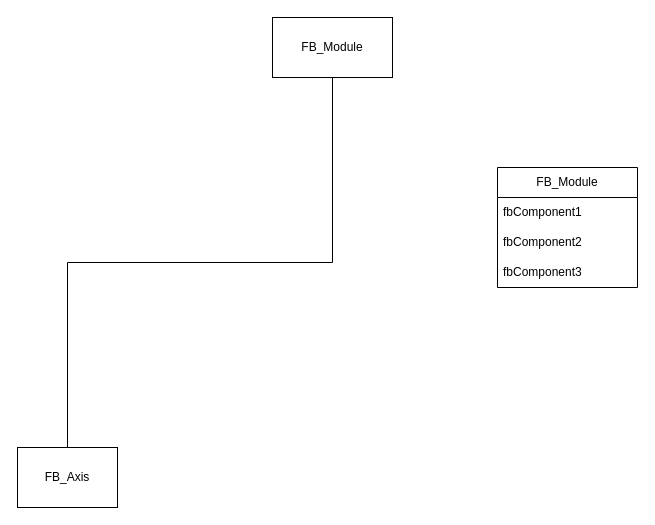
Earlier version of the draw.io diagram page "Concept" (3 of 5) of docs/Diagramms.drawio (PeterZerlauth/Tc3_Component). Source tidied: cells renumbered, new cells numbered last; positions are measured from the earlier drawing's top-left corner, leaving out a move shared by most shapes. Both pictures are drawn from the tidied source at 100%, with x=0, y=0 at pixel (17, 17).
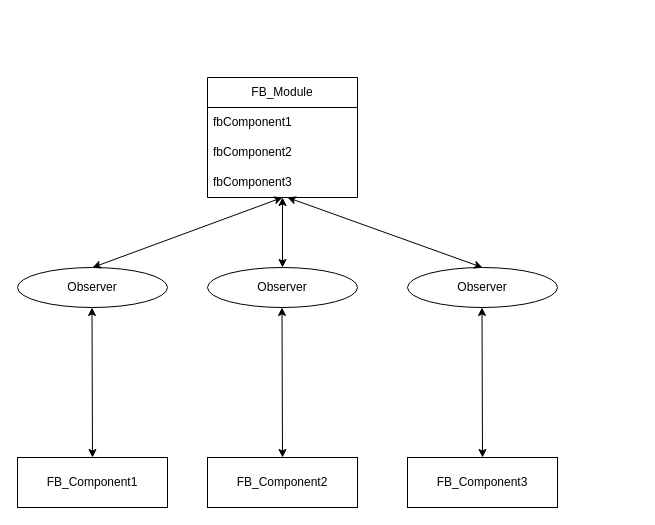
The same page after the edit.

What changed in the source:
```diff
@@
-    <mxCell id="2" value="FB_Module" style="whiteSpace=wrap;html=1;align=center;newEdgeStyle={&quot;edgeStyle&quot;:&quot;elbowEdgeStyle&quot;,&quot;startArrow&quot;:&quot;none&quot;,&quot;endArrow&quot;:&quot;none&quot;};" parent="1" vertex="1">
-      <mxGeometry x="255" width="120" height="60" as="geometry" />
-    </mxCell>
-    <mxCell id="3" style="edgeStyle=elbowEdgeStyle;elbow=vertical;sourcePerimeterSpacing=0;targetPerimeterSpacing=0;startArrow=none;endArrow=none;rounded=0;curved=0;" parent="1" edge="1" source="2" target="4">
-      <mxGeometry relative="1" as="geometry" />
-    </mxCell>
-    <mxCell id="4" value="FB_Axis" style="whiteSpace=wrap;html=1;align=center;verticalAlign=middle;newEdgeStyle={&quot;edgeStyle&quot;:&quot;elbowEdgeStyle&quot;,&quot;startArrow&quot;:&quot;none&quot;,&quot;endArrow&quot;:&quot;none&quot;};" parent="1" vertex="1">
-      <mxGeometry y="430" width="100" height="60" as="geometry" />
+    <mxCell id="4" value="FB_Component1" style="whiteSpace=wrap;html=1;align=center;verticalAlign=middle;newEdgeStyle={&quot;edgeStyle&quot;:&quot;elbowEdgeStyle&quot;,&quot;startArrow&quot;:&quot;none&quot;,&quot;endArrow&quot;:&quot;none&quot;};" parent="1" vertex="1">
+      <mxGeometry y="440" width="150" height="50" as="geometry" />
     </mxCell>
     <mxCell id="5" value="FB_Module" style="swimlane;fontStyle=0;horizontal=1;startSize=30;whiteSpace=wrap;html=1;" parent="1" vertex="1">
-      <mxGeometry x="480" y="150" width="140" height="120" as="geometry" />
+      <mxGeometry x="190" y="60" width="150" height="120" as="geometry" />
     </mxCell>
     <mxCell id="6" value="fbComponent1" style="text;strokeColor=none;fillColor=none;align=left;verticalAlign=middle;spacingLeft=4;spacingRight=4;overflow=hidden;whiteSpace=wrap;html=1;" parent="5" vertex="1">
-      <mxGeometry y="30" width="140" height="30" as="geometry" />
+      <mxGeometry y="30" width="150" height="30" as="geometry" />
     </mxCell>
     <mxCell id="7" value="fbComponent2" style="text;strokeColor=none;fillColor=none;align=left;verticalAlign=middle;spacingLeft=4;spacingRight=4;overflow=hidden;whiteSpace=wrap;html=1;" parent="5" vertex="1">
-      <mxGeometry y="60" width="140" height="30" as="geometry" />
+      <mxGeometry y="60" width="150" height="30" as="geometry" />
     </mxCell>
     <mxCell id="8" value="fbComponent3" style="text;strokeColor=none;fillColor=none;align=left;verticalAlign=middle;spacingLeft=4;spacingRight=4;overflow=hidden;whiteSpace=wrap;html=1;" parent="5" vertex="1">
-      <mxGeometry y="90" width="140" height="30" as="geometry" />
+      <mxGeometry y="90" width="150" height="30" as="geometry" />
     </mxCell>
+    <mxCell id="9" value="Observer" style="ellipse;whiteSpace=wrap;html=1;" parent="1" vertex="1">
+      <mxGeometry y="250" width="150" height="40" as="geometry" />
+    </mxCell>
+    <mxCell id="10" style="endArrow=classic;startArrow=classic;html=1;rounded=0;entryX=0.5;entryY=1;entryDx=0;entryDy=0;exitX=0.5;exitY=0;exitDx=0;exitDy=0;" parent="1" edge="1" source="9" target="5">
+      <mxGeometry relative="1" as="geometry" />
+    </mxCell>
+    <mxCell id="11" style="endArrow=classic;startArrow=classic;html=1;rounded=0;entryX=0.5;entryY=1;entryDx=0;entryDy=0;exitX=0.5;exitY=0;exitDx=0;exitDy=0;" parent="1" edge="1" source="4">
+      <mxGeometry relative="1" as="geometry">
+        <mxPoint x="74.5" y="290" as="targetPoint" />
+      </mxGeometry>
+    </mxCell>
+    <mxCell id="12" value="FB_Component2" style="whiteSpace=wrap;html=1;align=center;verticalAlign=middle;newEdgeStyle={&quot;edgeStyle&quot;:&quot;elbowEdgeStyle&quot;,&quot;startArrow&quot;:&quot;none&quot;,&quot;endArrow&quot;:&quot;none&quot;};" parent="1" vertex="1">
+      <mxGeometry x="190" y="440" width="150" height="50" as="geometry" />
+    </mxCell>
+    <mxCell id="13" value="Observer" style="ellipse;whiteSpace=wrap;html=1;" parent="1" vertex="1">
+      <mxGeometry x="190" y="250" width="150" height="40" as="geometry" />
+    </mxCell>
+    <mxCell id="14" style="endArrow=classic;startArrow=classic;html=1;rounded=0;entryX=0.5;entryY=1;entryDx=0;entryDy=0;exitX=0.5;exitY=0;exitDx=0;exitDy=0;" parent="1" edge="1" source="12">
+      <mxGeometry relative="1" as="geometry">
+        <mxPoint x="264.5" y="290" as="targetPoint" />
+      </mxGeometry>
+    </mxCell>
+    <mxCell id="15" value="FB_Component3" style="whiteSpace=wrap;html=1;align=center;verticalAlign=middle;newEdgeStyle={&quot;edgeStyle&quot;:&quot;elbowEdgeStyle&quot;,&quot;startArrow&quot;:&quot;none&quot;,&quot;endArrow&quot;:&quot;none&quot;};" parent="1" vertex="1">
+      <mxGeometry x="390" y="440" width="150" height="50" as="geometry" />
+    </mxCell>
+    <mxCell id="16" value="Observer" style="ellipse;whiteSpace=wrap;html=1;" parent="1" vertex="1">
+      <mxGeometry x="390" y="250" width="150" height="40" as="geometry" />
+    </mxCell>
+    <mxCell id="17" style="endArrow=classic;startArrow=classic;html=1;rounded=0;entryX=0.5;entryY=1;entryDx=0;entryDy=0;exitX=0.5;exitY=0;exitDx=0;exitDy=0;" parent="1" edge="1" source="15">
+      <mxGeometry relative="1" as="geometry">
+        <mxPoint x="464.5" y="290" as="targetPoint" />
+      </mxGeometry>
+    </mxCell>
+    <mxCell id="18" style="endArrow=classic;startArrow=classic;html=1;rounded=0;entryX=0.5;entryY=1;entryDx=0;entryDy=0;exitX=0.5;exitY=0;exitDx=0;exitDy=0;" parent="1" edge="1" source="13" target="5">
+      <mxGeometry relative="1" as="geometry" />
+    </mxCell>
+    <mxCell id="19" style="endArrow=classic;startArrow=classic;html=1;rounded=0;exitX=0.5;exitY=0;exitDx=0;exitDy=0;" parent="1" edge="1" source="16">
+      <mxGeometry relative="1" as="geometry">
+        <mxPoint x="270" y="180" as="targetPoint" />
+      </mxGeometry>
+    </mxCell>
```
